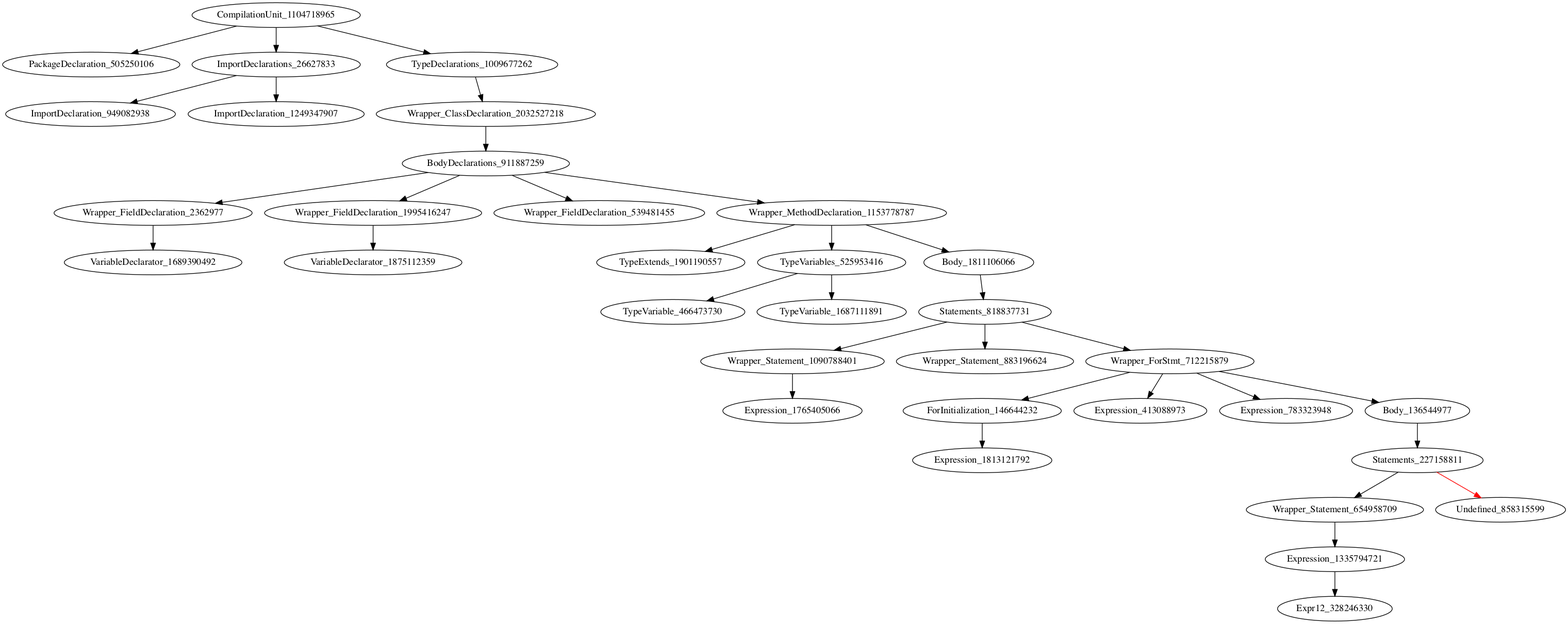
Earlier version of the Graphviz export holeAST.png (icse2023material/VoiceJava). Its source is kept beside it as holeAST.dot.
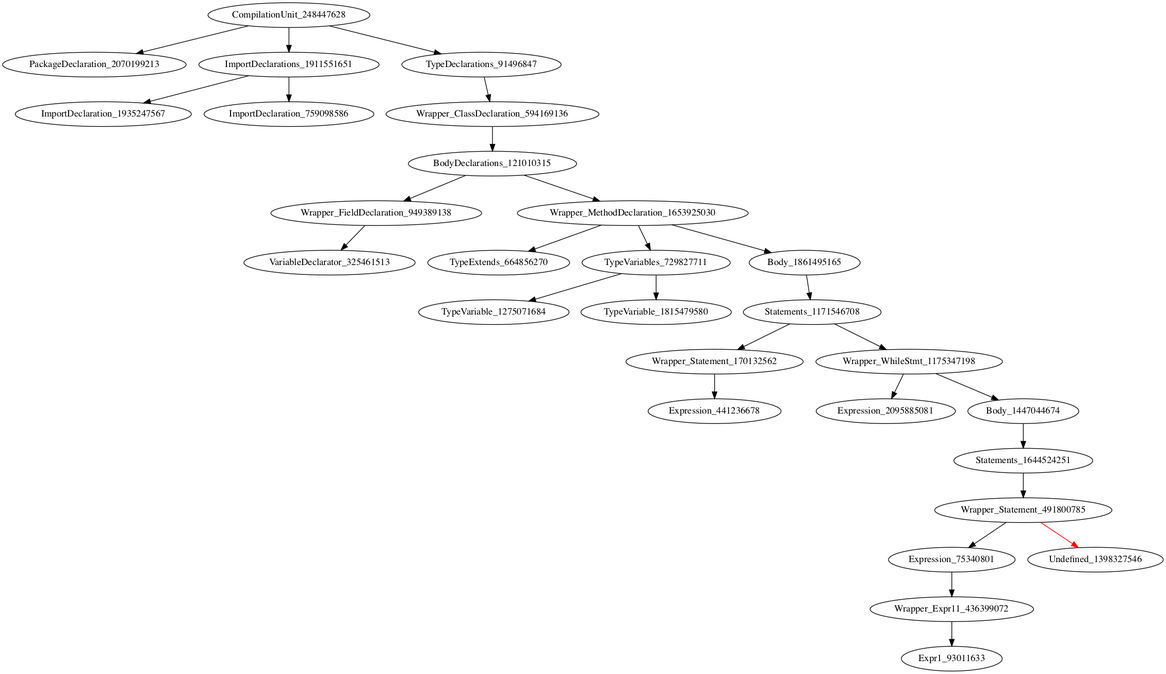
The same file after the commit.

Commit message:
[add] finish ast generation of exprs in whilestmt

What changed in the source:
```diff
@@ -1,35 +1,29 @@
 digraph {
-CompilationUnit_1104718965 -> PackageDeclaration_505250106
-CompilationUnit_1104718965 -> ImportDeclarations_26627833
-CompilationUnit_1104718965 -> TypeDeclarations_1009677262
-ImportDeclarations_26627833 -> ImportDeclaration_949082938
-ImportDeclarations_26627833 -> ImportDeclaration_1249347907
-TypeDeclarations_1009677262 -> Wrapper_ClassDeclaration_2032527218
-Wrapper_ClassDeclaration_2032527218 -> BodyDeclarations_911887259
-BodyDeclarations_911887259 -> Wrapper_FieldDeclaration_2362977
-BodyDeclarations_911887259 -> Wrapper_FieldDeclaration_1995416247
-BodyDeclarations_911887259 -> Wrapper_FieldDeclaration_539481455
-BodyDeclarations_911887259 -> Wrapper_MethodDeclaration_1153778787
-Wrapper_FieldDeclaration_2362977 -> VariableDeclarator_1689390492
-Wrapper_FieldDeclaration_1995416247 -> VariableDeclarator_1875112359
-Wrapper_MethodDeclaration_1153778787 -> TypeExtends_1901190557
-Wrapper_MethodDeclaration_1153778787 -> TypeVariables_525953416
-Wrapper_MethodDeclaration_1153778787 -> Body_1811106066
-TypeVariables_525953416 -> TypeVariable_466473730
-TypeVariables_525953416 -> TypeVariable_1687111891
-Body_1811106066 -> Statements_818837731
-Statements_818837731 -> Wrapper_Statement_1090788401
-Statements_818837731 -> Wrapper_Statement_883196624
-Statements_818837731 -> Wrapper_ForStmt_712215879
-Wrapper_Statement_1090788401 -> Expression_1765405066
-Wrapper_ForStmt_712215879 -> ForInitialization_146644232
-Wrapper_ForStmt_712215879 -> Expression_413088973
-Wrapper_ForStmt_712215879 -> Expression_783323948
-Wrapper_ForStmt_712215879 -> Body_136544977
-ForInitialization_146644232 -> Expression_1813121792
-Body_136544977 -> Statements_227158811
-Statements_227158811 -> Wrapper_Statement_654958709
-Statements_227158811 -> Undefined_858315599 [color = red]
-Wrapper_Statement_654958709 -> Expression_1335794721
-Expression_1335794721 -> Expr12_328246330
+CompilationUnit_248447628 -> PackageDeclaration_2070199213
+CompilationUnit_248447628 -> ImportDeclarations_1911551651
+CompilationUnit_248447628 -> TypeDeclarations_91496847
+ImportDeclarations_1911551651 -> ImportDeclaration_1935247567
+ImportDeclarations_1911551651 -> ImportDeclaration_759098586
+TypeDeclarations_91496847 -> Wrapper_ClassDeclaration_594169136
+Wrapper_ClassDeclaration_594169136 -> BodyDeclarations_121010315
+BodyDeclarations_121010315 -> Wrapper_FieldDeclaration_949389138
+BodyDeclarations_121010315 -> Wrapper_MethodDeclaration_1653925030
+Wrapper_FieldDeclaration_949389138 -> VariableDeclarator_325461513
+Wrapper_MethodDeclaration_1653925030 -> TypeExtends_664856270
+Wrapper_MethodDeclaration_1653925030 -> TypeVariables_729827711
+Wrapper_MethodDeclaration_1653925030 -> Body_1861495165
+TypeVariables_729827711 -> TypeVariable_1275071684
+TypeVariables_729827711 -> TypeVariable_1815479580
+Body_1861495165 -> Statements_1171546708
+Statements_1171546708 -> Wrapper_Statement_170132562
+Statements_1171546708 -> Wrapper_WhileStmt_1175347198
+Wrapper_Statement_170132562 -> Expression_441236678
+Wrapper_WhileStmt_1175347198 -> Expression_2095885081
+Wrapper_WhileStmt_1175347198 -> Body_1447044674
+Body_1447044674 -> Statements_1644524251
+Statements_1644524251 -> Wrapper_Statement_491800785
+Wrapper_Statement_491800785 -> Expression_75340801
+Wrapper_Statement_491800785 -> Undefined_1398327546 [color = red]
+Expression_75340801 -> Wrapper_Expr11_436399072
+Wrapper_Expr11_436399072 -> Expr1_93011633
 }
```
